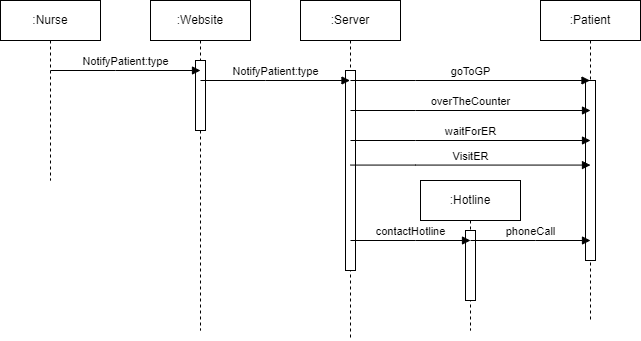
The draw.io diagram Milestone2/activityDiagrams/Copy of notifyPatient.drawio.png in SENG-350-2024-fall/Team5, before a commit. Source tidied: cells renumbered, new cells last; positions are measured from the earlier drawing's top-left corner, leaving out a move shared by most shapes. Source of this version:
```xml
<mxGraphModel>
  <root>
    <mxCell id="0" />
    <mxCell id="1" parent="0" />
    <mxCell id="2" value=":Server" style="shape=umlLifeline;perimeter=lifelinePerimeter;whiteSpace=wrap;html=1;outlineConnect=0;portConstraint=eastwest;newEdgeStyle={&quot;edgeStyle&quot;:&quot;elbowEdgeStyle&quot;,&quot;elbow&quot;:&quot;vertical&quot;,&quot;curved&quot;:0,&quot;rounded&quot;:0};" parent="1" vertex="1">
      <mxGeometry x="300" width="100" height="340" as="geometry" />
    </mxCell>
    <mxCell id="3" style="html=1;perimeter=orthogonalPerimeter;targetShapes=umlLifeline;newEdgeStyle={&quot;edgeStyle&quot;:&quot;elbowEdgeStyle&quot;,&quot;elbow&quot;:&quot;vertical&quot;,&quot;curved&quot;:0,&quot;rounded&quot;:0};" parent="2" vertex="1">
      <mxGeometry x="45" y="70" width="10" height="200" as="geometry" />
    </mxCell>
    <mxCell id="4" value=":Patient" style="shape=umlLifeline;perimeter=lifelinePerimeter;whiteSpace=wrap;html=1;outlineConnect=0;portConstraint=eastwest;newEdgeStyle={&quot;edgeStyle&quot;:&quot;elbowEdgeStyle&quot;,&quot;elbow&quot;:&quot;vertical&quot;,&quot;curved&quot;:0,&quot;rounded&quot;:0};" parent="1" vertex="1">
      <mxGeometry x="540" width="100" height="320" as="geometry" />
    </mxCell>
    <mxCell id="5" style="html=1;perimeter=orthogonalPerimeter;targetShapes=umlLifeline;newEdgeStyle={&quot;edgeStyle&quot;:&quot;elbowEdgeStyle&quot;,&quot;elbow&quot;:&quot;vertical&quot;,&quot;curved&quot;:0,&quot;rounded&quot;:0};" parent="4" vertex="1">
      <mxGeometry x="45" y="80" width="10" height="180" as="geometry" />
    </mxCell>
    <mxCell id="6" value=":Website" style="shape=umlLifeline;perimeter=lifelinePerimeter;whiteSpace=wrap;html=1;newEdgeStyle={&quot;edgeStyle&quot;:&quot;elbowEdgeStyle&quot;,&quot;elbow&quot;:&quot;vertical&quot;,&quot;curved&quot;:0,&quot;rounded&quot;:0};" parent="1" vertex="1">
      <mxGeometry x="150" width="100" height="330" as="geometry" />
    </mxCell>
    <mxCell id="7" style="html=1;perimeter=orthogonalPerimeter;targetShapes=umlLifeline;newEdgeStyle={&quot;edgeStyle&quot;:&quot;elbowEdgeStyle&quot;,&quot;elbow&quot;:&quot;vertical&quot;,&quot;curved&quot;:0,&quot;rounded&quot;:0};" parent="6" vertex="1">
      <mxGeometry x="45" y="60" width="10" height="70" as="geometry" />
    </mxCell>
    <mxCell id="8" value=":Nurse" style="shape=umlLifeline;perimeter=lifelinePerimeter;whiteSpace=wrap;html=1;newEdgeStyle={&quot;edgeStyle&quot;:&quot;elbowEdgeStyle&quot;,&quot;elbow&quot;:&quot;vertical&quot;,&quot;curved&quot;:0,&quot;rounded&quot;:0};" parent="1" vertex="1">
      <mxGeometry width="100" height="180" as="geometry" />
    </mxCell>
    <mxCell id="9" value="NotifyPatient:type" style="html=1;verticalAlign=bottom;endArrow=block;edgeStyle=elbowEdgeStyle;elbow=vertical;curved=0;rounded=0;" parent="1" edge="1">
      <mxGeometry relative="1" as="geometry">
        <mxPoint x="50" y="70" as="sourcePoint" />
        <mxPoint x="200" y="70" as="targetPoint" />
        <Array as="points">
          <mxPoint x="115" y="70" />
        </Array>
      </mxGeometry>
    </mxCell>
    <mxCell id="10" value="NotifyPatient:type" style="html=1;verticalAlign=bottom;endArrow=block;edgeStyle=elbowEdgeStyle;elbow=vertical;curved=0;rounded=0;" parent="1" edge="1" target="2">
      <mxGeometry relative="1" as="geometry">
        <mxPoint x="200" y="80" as="sourcePoint" />
        <Array as="points">
          <mxPoint x="265" y="80" />
        </Array>
      </mxGeometry>
    </mxCell>
    <mxCell id="11" value="goToGP" style="html=1;verticalAlign=bottom;endArrow=block;edgeStyle=elbowEdgeStyle;elbow=vertical;curved=0;rounded=0;" parent="1" edge="1" target="4">
      <mxGeometry relative="1" as="geometry">
        <mxPoint x="350" y="80" as="sourcePoint" />
        <Array as="points">
          <mxPoint x="415" y="80" />
        </Array>
      </mxGeometry>
    </mxCell>
    <mxCell id="12" value="overTheCounter" style="html=1;verticalAlign=bottom;endArrow=block;edgeStyle=elbowEdgeStyle;elbow=vertical;curved=0;rounded=0;" parent="1" edge="1">
      <mxGeometry relative="1" as="geometry">
        <mxPoint x="350" y="110" as="sourcePoint" />
        <mxPoint x="590" y="110" as="targetPoint" />
        <Array as="points">
          <mxPoint x="415" y="110" />
        </Array>
      </mxGeometry>
    </mxCell>
    <mxCell id="13" value="waitForER" style="html=1;verticalAlign=bottom;endArrow=block;edgeStyle=elbowEdgeStyle;elbow=vertical;curved=0;rounded=0;" parent="1" edge="1">
      <mxGeometry relative="1" as="geometry">
        <mxPoint x="350" y="140" as="sourcePoint" />
        <mxPoint x="590" y="140" as="targetPoint" />
        <Array as="points">
          <mxPoint x="415" y="140" />
        </Array>
      </mxGeometry>
    </mxCell>
    <mxCell id="14" value="VisitER" style="html=1;verticalAlign=bottom;endArrow=block;edgeStyle=elbowEdgeStyle;elbow=vertical;curved=0;rounded=0;" parent="1" edge="1">
      <mxGeometry relative="1" as="geometry">
        <mxPoint x="350" y="164.6" as="sourcePoint" />
        <mxPoint x="590" y="164.6" as="targetPoint" />
        <Array as="points">
          <mxPoint x="415" y="164.6" />
        </Array>
      </mxGeometry>
    </mxCell>
    <mxCell id="15" value=":Hotline" style="shape=umlLifeline;perimeter=lifelinePerimeter;whiteSpace=wrap;html=1;outlineConnect=0;portConstraint=eastwest;newEdgeStyle={&quot;edgeStyle&quot;:&quot;elbowEdgeStyle&quot;,&quot;elbow&quot;:&quot;vertical&quot;,&quot;curved&quot;:0,&quot;rounded&quot;:0};" parent="1" vertex="1">
      <mxGeometry x="420" y="180" width="100" height="150" as="geometry" />
    </mxCell>
    <mxCell id="16" style="html=1;perimeter=orthogonalPerimeter;targetShapes=umlLifeline;newEdgeStyle={&quot;edgeStyle&quot;:&quot;elbowEdgeStyle&quot;,&quot;elbow&quot;:&quot;vertical&quot;,&quot;curved&quot;:0,&quot;rounded&quot;:0};" parent="15" vertex="1">
      <mxGeometry x="45" y="50" width="10" height="70" as="geometry" />
    </mxCell>
    <mxCell id="17" value="contactHotline" style="html=1;verticalAlign=bottom;endArrow=block;edgeStyle=elbowEdgeStyle;elbow=vertical;curved=0;rounded=0;" parent="1" edge="1">
      <mxGeometry relative="1" as="geometry">
        <mxPoint x="350" y="240" as="sourcePoint" />
        <mxPoint x="470" y="240" as="targetPoint" />
        <Array as="points">
          <mxPoint x="415" y="240" />
        </Array>
      </mxGeometry>
    </mxCell>
    <mxCell id="18" value="phoneCall" style="html=1;verticalAlign=bottom;endArrow=block;edgeStyle=elbowEdgeStyle;elbow=vertical;curved=0;rounded=0;" parent="1" edge="1">
      <mxGeometry relative="1" as="geometry">
        <mxPoint x="470" y="240" as="sourcePoint" />
        <mxPoint x="590" y="240" as="targetPoint" />
        <Array as="points">
          <mxPoint x="535" y="240" />
        </Array>
      </mxGeometry>
    </mxCell>
  </root>
</mxGraphModel>
```
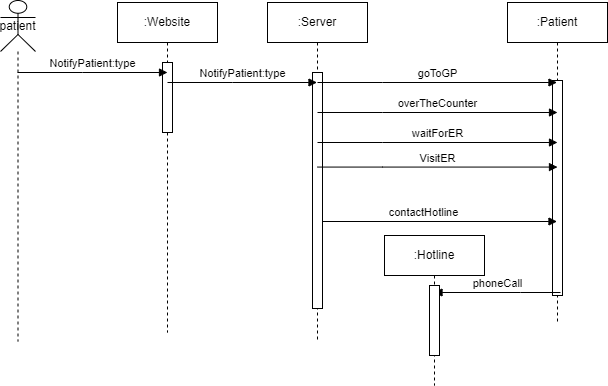
After the change.

What changed in the source:
```diff
@@ -6,13 +6,13 @@
       <mxGeometry x="300" width="100" height="340" as="geometry" />
     </mxCell>
     <mxCell id="3" style="html=1;perimeter=orthogonalPerimeter;targetShapes=umlLifeline;newEdgeStyle={&quot;edgeStyle&quot;:&quot;elbowEdgeStyle&quot;,&quot;elbow&quot;:&quot;vertical&quot;,&quot;curved&quot;:0,&quot;rounded&quot;:0};" parent="2" vertex="1">
-      <mxGeometry x="45" y="70" width="10" height="200" as="geometry" />
+      <mxGeometry x="45" y="70" width="10" height="236" as="geometry" />
     </mxCell>
     <mxCell id="4" value=":Patient" style="shape=umlLifeline;perimeter=lifelinePerimeter;whiteSpace=wrap;html=1;outlineConnect=0;portConstraint=eastwest;newEdgeStyle={&quot;edgeStyle&quot;:&quot;elbowEdgeStyle&quot;,&quot;elbow&quot;:&quot;vertical&quot;,&quot;curved&quot;:0,&quot;rounded&quot;:0};" parent="1" vertex="1">
       <mxGeometry x="540" width="100" height="320" as="geometry" />
     </mxCell>
     <mxCell id="5" style="html=1;perimeter=orthogonalPerimeter;targetShapes=umlLifeline;newEdgeStyle={&quot;edgeStyle&quot;:&quot;elbowEdgeStyle&quot;,&quot;elbow&quot;:&quot;vertical&quot;,&quot;curved&quot;:0,&quot;rounded&quot;:0};" parent="4" vertex="1">
-      <mxGeometry x="45" y="80" width="10" height="180" as="geometry" />
+      <mxGeometry x="45" y="78" width="10" height="215" as="geometry" />
     </mxCell>
     <mxCell id="6" value=":Website" style="shape=umlLifeline;perimeter=lifelinePerimeter;whiteSpace=wrap;html=1;newEdgeStyle={&quot;edgeStyle&quot;:&quot;elbowEdgeStyle&quot;,&quot;elbow&quot;:&quot;vertical&quot;,&quot;curved&quot;:0,&quot;rounded&quot;:0};" parent="1" vertex="1">
       <mxGeometry x="150" width="100" height="330" as="geometry" />
@@ -20,9 +20,6 @@
     <mxCell id="7" style="html=1;perimeter=orthogonalPerimeter;targetShapes=umlLifeline;newEdgeStyle={&quot;edgeStyle&quot;:&quot;elbowEdgeStyle&quot;,&quot;elbow&quot;:&quot;vertical&quot;,&quot;curved&quot;:0,&quot;rounded&quot;:0};" parent="6" vertex="1">
       <mxGeometry x="45" y="60" width="10" height="70" as="geometry" />
     </mxCell>
-    <mxCell id="8" value=":Nurse" style="shape=umlLifeline;perimeter=lifelinePerimeter;whiteSpace=wrap;html=1;newEdgeStyle={&quot;edgeStyle&quot;:&quot;elbowEdgeStyle&quot;,&quot;elbow&quot;:&quot;vertical&quot;,&quot;curved&quot;:0,&quot;rounded&quot;:0};" parent="1" vertex="1">
-      <mxGeometry width="100" height="180" as="geometry" />
-    </mxCell>
     <mxCell id="9" value="NotifyPatient:type" style="html=1;verticalAlign=bottom;endArrow=block;edgeStyle=elbowEdgeStyle;elbow=vertical;curved=0;rounded=0;" parent="1" edge="1">
       <mxGeometry relative="1" as="geometry">
         <mxPoint x="50" y="70" as="sourcePoint" />
@@ -75,29 +72,37 @@
         </Array>
       </mxGeometry>
     </mxCell>
+    <mxCell id="17" value="contactHotline" style="html=1;verticalAlign=bottom;endArrow=block;edgeStyle=elbowEdgeStyle;elbow=vertical;curved=0;rounded=0;" parent="1" edge="1" target="4">
+      <mxGeometry relative="1" as="geometry">
+        <mxPoint x="355" y="186" as="sourcePoint" />
+        <Array as="points">
+          <mxPoint x="515" y="219" />
+          <mxPoint x="420" y="186" />
+        </Array>
+      </mxGeometry>
+    </mxCell>
+    <mxCell id="18" value="phoneCall" style="html=1;verticalAlign=bottom;endArrow=block;edgeStyle=elbowEdgeStyle;elbow=vertical;curved=0;rounded=0;" parent="1" edge="1" target="15">
+      <mxGeometry relative="1" as="geometry">
+        <mxPoint x="593" y="290" as="sourcePoint" />
+        <Array as="points">
+          <mxPoint x="553" y="290" />
+          <mxPoint x="602" y="306" />
+        </Array>
+      </mxGeometry>
+    </mxCell>
+    <mxCell id="19" style="html=1;verticalAlign=bottom;endArrow=block;edgeStyle=elbowEdgeStyle;elbow=vertical;curved=0;rounded=0;" parent="1" edge="1" target="15">
+      <mxGeometry relative="1" as="geometry">
+        <mxPoint x="470" y="240" as="sourcePoint" />
+      </mxGeometry>
+    </mxCell>
     <mxCell id="15" value=":Hotline" style="shape=umlLifeline;perimeter=lifelinePerimeter;whiteSpace=wrap;html=1;outlineConnect=0;portConstraint=eastwest;newEdgeStyle={&quot;edgeStyle&quot;:&quot;elbowEdgeStyle&quot;,&quot;elbow&quot;:&quot;vertical&quot;,&quot;curved&quot;:0,&quot;rounded&quot;:0};" parent="1" vertex="1">
-      <mxGeometry x="420" y="180" width="100" height="150" as="geometry" />
+      <mxGeometry x="417" y="233" width="100" height="150" as="geometry" />
     </mxCell>
     <mxCell id="16" style="html=1;perimeter=orthogonalPerimeter;targetShapes=umlLifeline;newEdgeStyle={&quot;edgeStyle&quot;:&quot;elbowEdgeStyle&quot;,&quot;elbow&quot;:&quot;vertical&quot;,&quot;curved&quot;:0,&quot;rounded&quot;:0};" parent="15" vertex="1">
       <mxGeometry x="45" y="50" width="10" height="70" as="geometry" />
     </mxCell>
-    <mxCell id="17" value="contactHotline" style="html=1;verticalAlign=bottom;endArrow=block;edgeStyle=elbowEdgeStyle;elbow=vertical;curved=0;rounded=0;" parent="1" edge="1">
-      <mxGeometry relative="1" as="geometry">
-        <mxPoint x="350" y="240" as="sourcePoint" />
-        <mxPoint x="470" y="240" as="targetPoint" />
-        <Array as="points">
-          <mxPoint x="415" y="240" />
-        </Array>
-      </mxGeometry>
-    </mxCell>
-    <mxCell id="18" value="phoneCall" style="html=1;verticalAlign=bottom;endArrow=block;edgeStyle=elbowEdgeStyle;elbow=vertical;curved=0;rounded=0;" parent="1" edge="1">
-      <mxGeometry relative="1" as="geometry">
-        <mxPoint x="470" y="240" as="sourcePoint" />
-        <mxPoint x="590" y="240" as="targetPoint" />
-        <Array as="points">
-          <mxPoint x="535" y="240" />
-        </Array>
-      </mxGeometry>
-    </mxCell>
+    <mxCell id="20" value="patient" style="shape=umlLifeline;perimeter=lifelinePerimeter;whiteSpace=wrap;html=1;newEdgeStyle={&quot;curved&quot;:0,&quot;rounded&quot;:0};participant=umlActor;size=51;" parent="1" vertex="1">
+      <mxGeometry x="33" y="-2" width="35" height="341" as="geometry" />
+    </mxCell>
   </root>
 </mxGraphModel>
```
